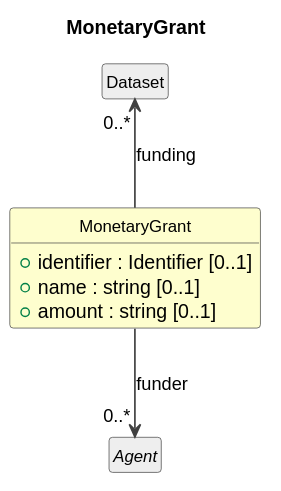
Before: cdif-uml-model/CDIFDataDescription/Classes/MonetaryGrant.svg, a diagram exported from PlantUML (Cross-Domain-Interoperability-Framework/metadataBuildingBlocks). Source of this version:
```plantuml
@startuml
title MonetaryGrant
hide circle
hide empty members
skinparam shadowing false
skinparam ArrowThickness 1.2
skinparam class {
  ArrowColor #404040
  BorderColor #404040
  FontSize 12
}

class "MonetaryGrant" as MonetaryGrant #FEFECE {
  +identifier : Identifier [0..1]
  +name : string [0..1]
  +amount : string [0..1]
}
class "Dataset" as Dataset #EEEEEE
Dataset "0..*" <-- MonetaryGrant : funding
abstract class "Agent" as Agent #EEEEEE
MonetaryGrant --> "0..*" Agent : funder
@enduml
```
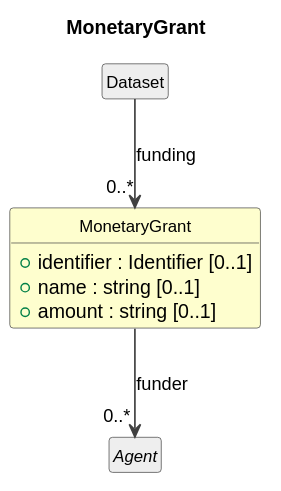
Above is the later version.

The edit, as a diff of the source:
```diff
@@ -16,7 +16,7 @@
   +amount : string [0..1]
 }
 class "Dataset" as Dataset #EEEEEE
-Dataset "0..*" <-- MonetaryGrant : funding
+Dataset --> "0..*" MonetaryGrant : funding
 abstract class "Agent" as Agent #EEEEEE
 MonetaryGrant --> "0..*" Agent : funder
 @enduml
```
